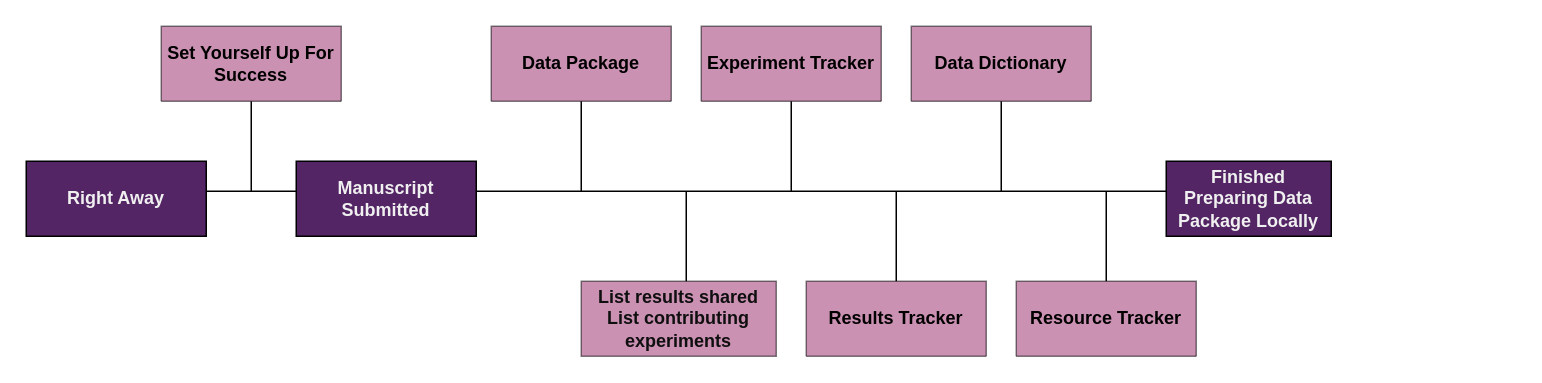
Above: docs/assets/late-res-stand.drawio in norc-heal/heal-data-pkg-guide (draw.io), before the change. Source tidied: cells renumbered, new cells numbered last; positions are measured from the earlier drawing's top-left corner, leaving out a move shared by most shapes. Both pictures are drawn from the tidied source at 150%, with x=0, y=0 at pixel (26, 26).
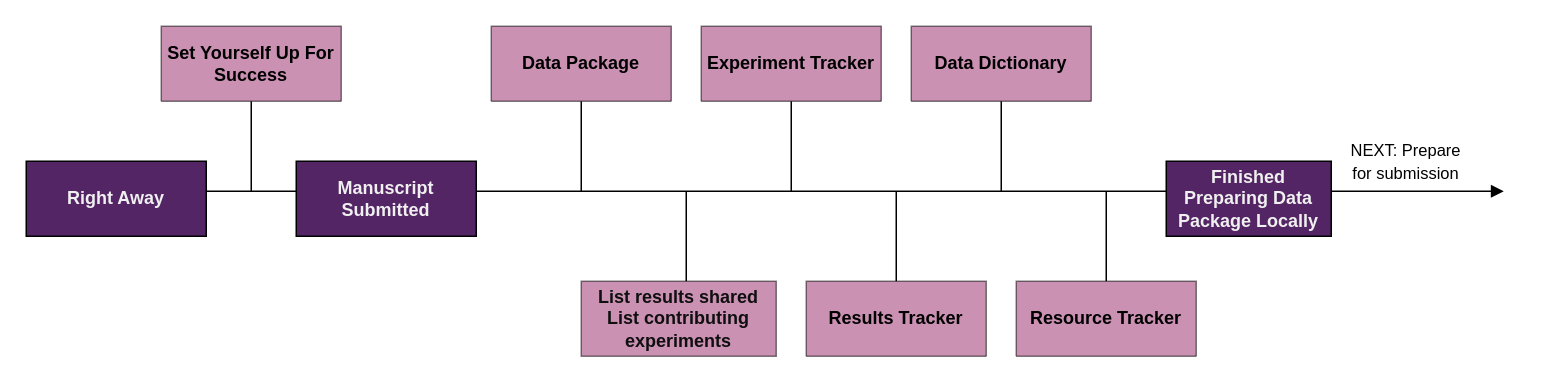
The same diagram, later.

Diff of the diagram source:
```diff
@@
+    <mxCell id="20" value="&lt;font style=&quot;font-size: 11px;&quot;&gt;NEXT: Prepare for submission&lt;/font&gt;" style="rounded=0;whiteSpace=wrap;html=1;strokeColor=none;" parent="1" vertex="1">
+      <mxGeometry x="880" y="70" width="80" height="40" as="geometry" />
+    </mxCell>
-    <mxCell id="2" style="endArrow=none;html=1;rounded=0;" parent="1" edge="1">
+    <mxCell id="2" style="endArrow=block;html=1;rounded=0;endFill=1;" parent="1" edge="1">
       <mxGeometry relative="1" as="geometry">
         <mxPoint x="10" y="110" as="sourcePoint" />
-        <mxPoint x="863" y="110" as="targetPoint" />
+        <mxPoint x="985" y="110" as="targetPoint" />
       </mxGeometry>
     </mxCell>
```
